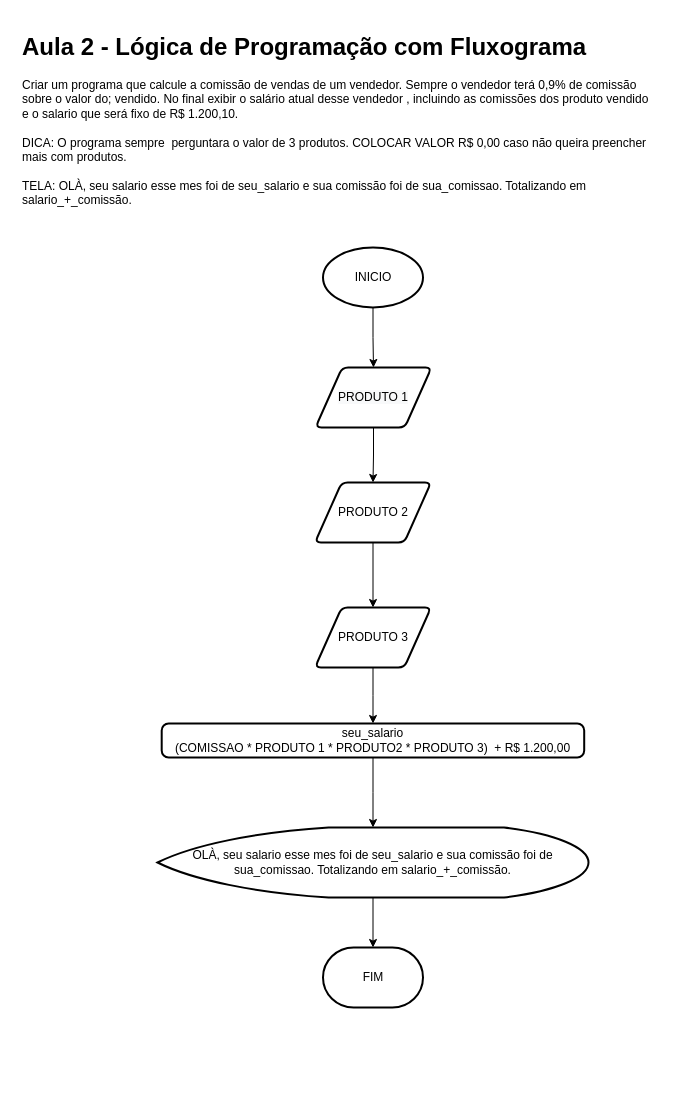
Above: page "5- Salario FInal" (5 of 7) of 01 - Mensagem Olá Mundo.drawio in aran-wesley/CursoCSharp (draw.io), before the change. Source tidied: cells renumbered, new cells numbered last; positions are measured from the earlier drawing's top-left corner, leaving out a move shared by most shapes. Both pictures are drawn from the tidied source at 100%, with x=0, y=0 at pixel (17, 27).
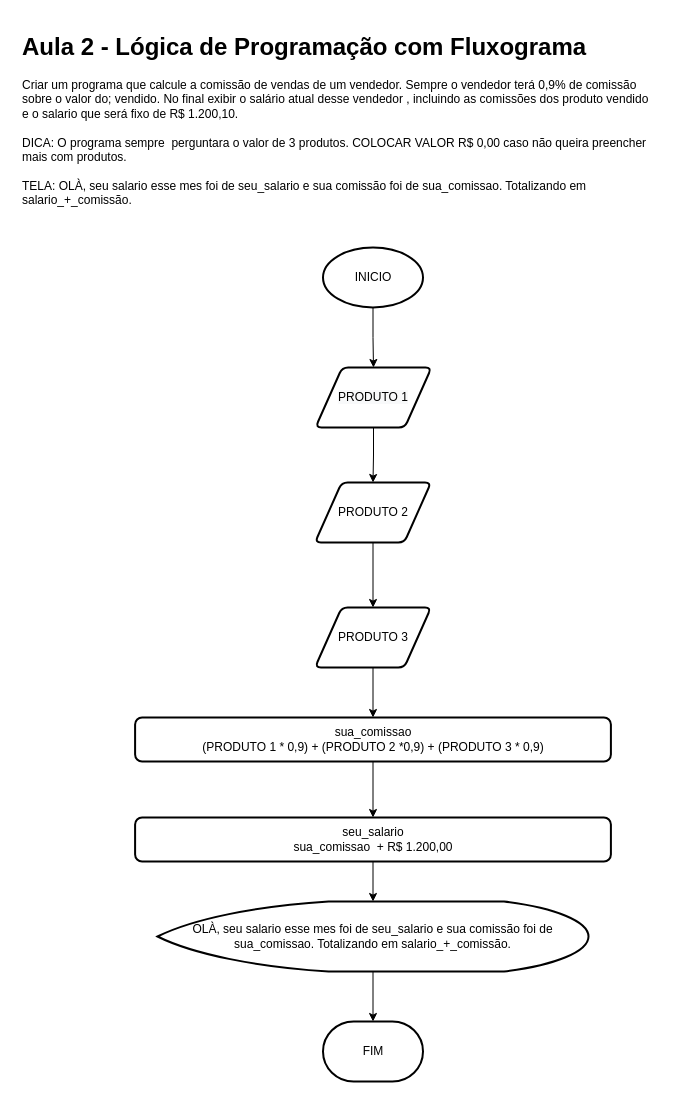
The same diagram, later.

Diff of the diagram source:
```diff
@@
 <mxGraphModel>
   <root>
     <mxCell id="0" />
     <mxCell id="1" parent="0" />
     <mxCell id="2" value="&lt;h1&gt;Aula 2 - Lógica de Programação com Fluxograma&lt;/h1&gt;&lt;div&gt;Criar um programa que calcule a comissão de vendas de um vendedor. Sempre o vendedor terá 0,9% de comissão sobre o valor do; vendido. No final exibir o salário atual desse vendedor , incluindo as comissões dos produto vendido e o salario que será fixo de R$ 1.200,10.&lt;/div&gt;&lt;div&gt;&lt;br&gt;&lt;/div&gt;&lt;div&gt;DICA: O programa sempre&amp;nbsp; perguntara o valor de 3 produtos. COLOCAR VALOR R$ 0,00 caso não queira preencher mais com produtos.&lt;/div&gt;&lt;div&gt;&lt;br&gt;&lt;/div&gt;&lt;div&gt;TELA: OLÀ, seu salario esse mes foi de seu_salario e sua comissão foi de sua_comissao. Totalizando em salario_+_comissão.&lt;/div&gt;" style="text;html=1;strokeColor=none;fillColor=none;spacing=5;spacingTop=-20;whiteSpace=wrap;overflow=hidden;rounded=0;" parent="1" vertex="1">
       <mxGeometry width="640" height="190" as="geometry" />
     </mxCell>
     <mxCell id="3" value="INICIO" style="strokeWidth=2;html=1;shape=mxgraph.flowchart.start_1;whiteSpace=wrap;" parent="1" vertex="1">
       <mxGeometry x="305.5" y="220" width="100" height="60" as="geometry" />
     </mxCell>
     <mxCell id="4" style="edgeStyle=orthogonalEdgeStyle;rounded=0;jettySize=auto;html=1;" parent="1" edge="1" source="5" target="7">
       <mxGeometry relative="1" as="geometry" />
     </mxCell>
     <mxCell id="5" value="&lt;span style=&quot;text-align: left&quot;&gt;OLÀ, seu salario esse mes foi de seu_salario e sua comissão foi de sua_comissao. Totalizando em salario_+_comissão.&lt;/span&gt;" style="strokeWidth=2;html=1;shape=mxgraph.flowchart.display;whiteSpace=wrap;" parent="1" vertex="1">
-      <mxGeometry x="140" y="800" width="431" height="70" as="geometry" />
+      <mxGeometry x="140" y="874" width="431" height="70" as="geometry" />
     </mxCell>
     <mxCell id="6" style="edgeStyle=orthogonalEdgeStyle;rounded=0;jettySize=auto;html=1;exitX=0.5;exitY=1;exitDx=0;exitDy=0;exitPerimeter=0;" parent="1" edge="1" source="3" target="13">
       <mxGeometry relative="1" as="geometry" />
     </mxCell>
     <mxCell id="7" value="FIM" style="strokeWidth=2;html=1;shape=mxgraph.flowchart.terminator;whiteSpace=wrap;" parent="1" vertex="1">
-      <mxGeometry x="305.5" y="920" width="100" height="60" as="geometry" />
+      <mxGeometry x="305.5" y="994" width="100" height="60" as="geometry" />
     </mxCell>
     <mxCell id="8" style="edgeStyle=orthogonalEdgeStyle;rounded=0;jettySize=auto;html=1;" parent="1" edge="1" source="9" target="5">
       <mxGeometry relative="1" as="geometry" />
     </mxCell>
-    <mxCell id="9" value="seu_salario&lt;br&gt;(COMISSAO * PRODUTO 1 * PRODUTO2 * PRODUTO 3)&amp;nbsp; + R$ 1.200,00" style="rounded=1;whiteSpace=wrap;html=1;absoluteArcSize=1;arcSize=14;strokeWidth=2;" parent="1" vertex="1">
-      <mxGeometry x="144.2" y="696" width="422.5" height="34" as="geometry" />
+    <mxCell id="9" value="seu_salario&lt;br&gt;sua_comissao&amp;nbsp; + R$ 1.200,00" style="rounded=1;whiteSpace=wrap;html=1;absoluteArcSize=1;arcSize=14;strokeWidth=2;" parent="1" vertex="1">
+      <mxGeometry x="117.6" y="790" width="475.8" height="44" as="geometry" />
     </mxCell>
     <mxCell id="10" style="edgeStyle=orthogonalEdgeStyle;rounded=0;jettySize=auto;html=1;" parent="1" edge="1" source="11" target="15">
       <mxGeometry relative="1" as="geometry" />
     </mxCell>
     <mxCell id="11" value="&lt;span&gt;PRODUTO 2&lt;/span&gt;" style="shape=parallelogram;html=1;strokeWidth=2;perimeter=parallelogramPerimeter;whiteSpace=wrap;rounded=1;arcSize=12;size=0.23;" parent="1" vertex="1">
       <mxGeometry x="297.5" y="455" width="116" height="60" as="geometry" />
     </mxCell>
     <mxCell id="12" style="edgeStyle=orthogonalEdgeStyle;rounded=0;jettySize=auto;html=1;" parent="1" edge="1" source="13" target="11">
       <mxGeometry relative="1" as="geometry" />
     </mxCell>
     <mxCell id="13" value="&lt;span style=&quot;color: rgb(0 , 0 , 0) ; font-family: &amp;#34;helvetica&amp;#34; ; font-size: 12px ; font-style: normal ; font-weight: 400 ; letter-spacing: normal ; text-align: center ; text-indent: 0px ; text-transform: none ; word-spacing: 0px ; background-color: rgb(248 , 249 , 250) ; display: inline ; float: none&quot;&gt;PRODUTO 1&lt;/span&gt;" style="shape=parallelogram;html=1;strokeWidth=2;perimeter=parallelogramPerimeter;whiteSpace=wrap;rounded=1;arcSize=12;size=0.23;" parent="1" vertex="1">
       <mxGeometry x="298" y="340" width="116" height="60" as="geometry" />
     </mxCell>
-    <mxCell id="14" style="edgeStyle=orthogonalEdgeStyle;rounded=0;jettySize=auto;html=1;" parent="1" edge="1" source="15" target="9">
-      <mxGeometry relative="1" as="geometry" />
-    </mxCell>
+    <mxCell id="16" style="edgeStyle=orthogonalEdgeStyle;rounded=0;jettySize=auto;html=1;" parent="1" edge="1" source="15" target="18">
+      <mxGeometry relative="1" as="geometry" />
+    </mxCell>
     <mxCell id="15" value="PRODUTO 3" style="shape=parallelogram;html=1;strokeWidth=2;perimeter=parallelogramPerimeter;whiteSpace=wrap;rounded=1;arcSize=12;size=0.23;" parent="1" vertex="1">
       <mxGeometry x="297.5" y="580" width="116" height="60" as="geometry" />
     </mxCell>
+    <mxCell id="17" style="edgeStyle=orthogonalEdgeStyle;rounded=0;jettySize=auto;html=1;" parent="1" edge="1" source="18" target="9">
+      <mxGeometry relative="1" as="geometry" />
+    </mxCell>
+    <mxCell id="18" value="sua_comissao&lt;br&gt;(PRODUTO 1 * 0,9) + (PRODUTO 2 *0,9) + (PRODUTO 3 * 0,9)" style="rounded=1;whiteSpace=wrap;html=1;absoluteArcSize=1;arcSize=14;strokeWidth=2;" parent="1" vertex="1">
+      <mxGeometry x="117.6" y="690" width="475.8" height="44" as="geometry" />
+    </mxCell>
   </root>
 </mxGraphModel>
```
